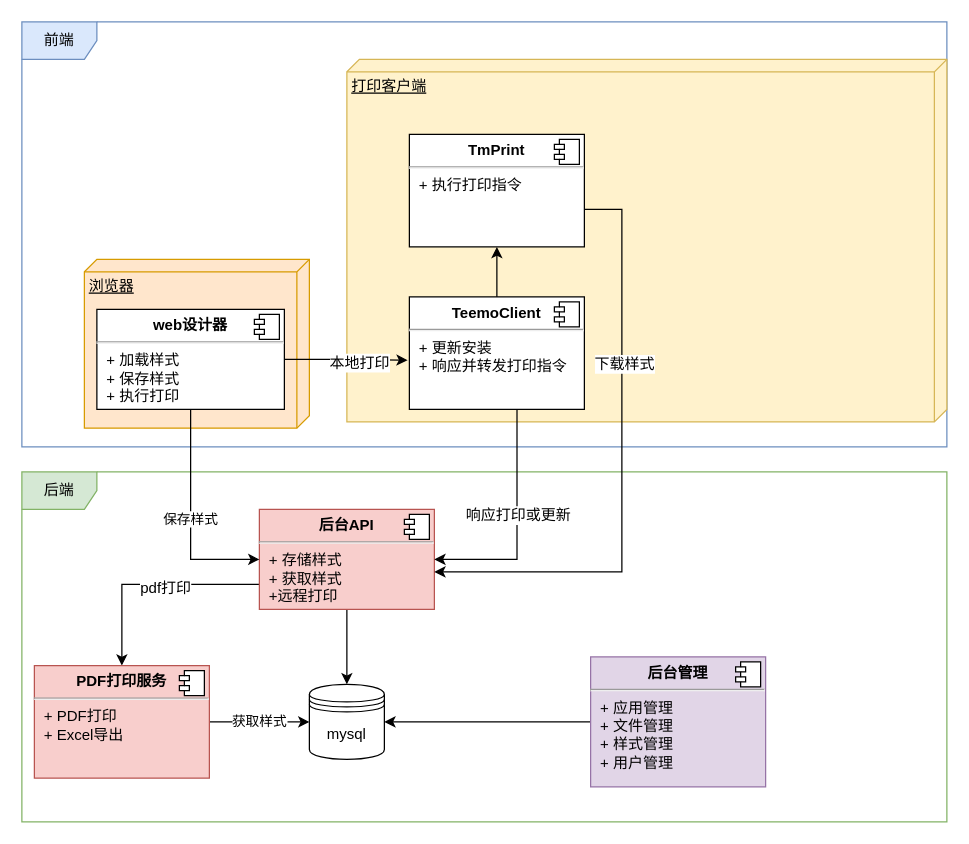
This is page "架构" (4 of 4) of teemoactivex.drawio from mashifei/uml, a draw.io file, before an edit. Source tidied: cells renumbered, new cells numbered last; positions are measured from the earlier drawing's top-left corner, leaving out a move shared by most shapes. Both pictures are drawn from the tidied source at 125%, with x=0, y=0 at pixel (21, 21).
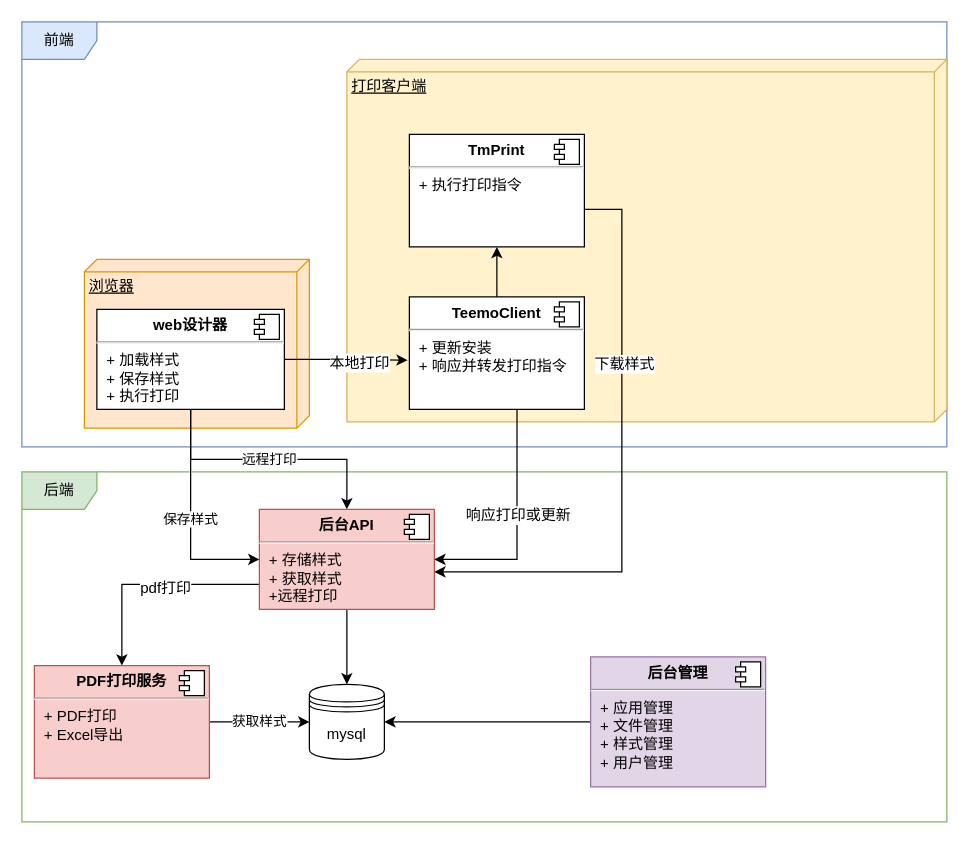
Above is the later version.

The change refers to these unchanged cells:
```xml
<mxCell id="8" value="&lt;p style=&quot;margin: 0px ; margin-top: 6px ; text-align: center&quot;&gt;&lt;b&gt;web设计器&lt;/b&gt;&lt;/p&gt;&lt;hr&gt;&lt;p style=&quot;margin: 0px ; margin-left: 8px&quot;&gt;+ 加载样式&lt;br&gt;+ 保存样式&lt;/p&gt;&lt;p style=&quot;margin: 0px ; margin-left: 8px&quot;&gt;+ 执行打印&lt;/p&gt;" style="align=left;overflow=fill;html=1;" parent="1" vertex="1">
  <mxGeometry x="60" y="230" width="150" height="80" as="geometry" />
</mxCell>
<mxCell id="13" value="&lt;p style=&quot;margin: 0px ; margin-top: 6px ; text-align: center&quot;&gt;&lt;b&gt;后台API&lt;/b&gt;&lt;/p&gt;&lt;hr&gt;&lt;p style=&quot;margin: 0px ; margin-left: 8px&quot;&gt;+ 存储样式&lt;br&gt;+ 获取样式&lt;/p&gt;&lt;p style=&quot;margin: 0px ; margin-left: 8px&quot;&gt;+远程打印&lt;/p&gt;" style="align=left;overflow=fill;html=1;fillColor=#f8cecc;strokeColor=#b85450;" parent="1" vertex="1">
  <mxGeometry x="190" y="390" width="140" height="80" as="geometry" />
</mxCell>
```

Change to the diagram source:
```diff
@@
+    <mxCell id="32" value="远程打印" style="edgeStyle=orthogonalEdgeStyle;rounded=0;jettySize=auto;html=1;" parent="1" edge="1" source="8" target="13">
+      <mxGeometry relative="1" as="geometry" />
+    </mxCell>
```
